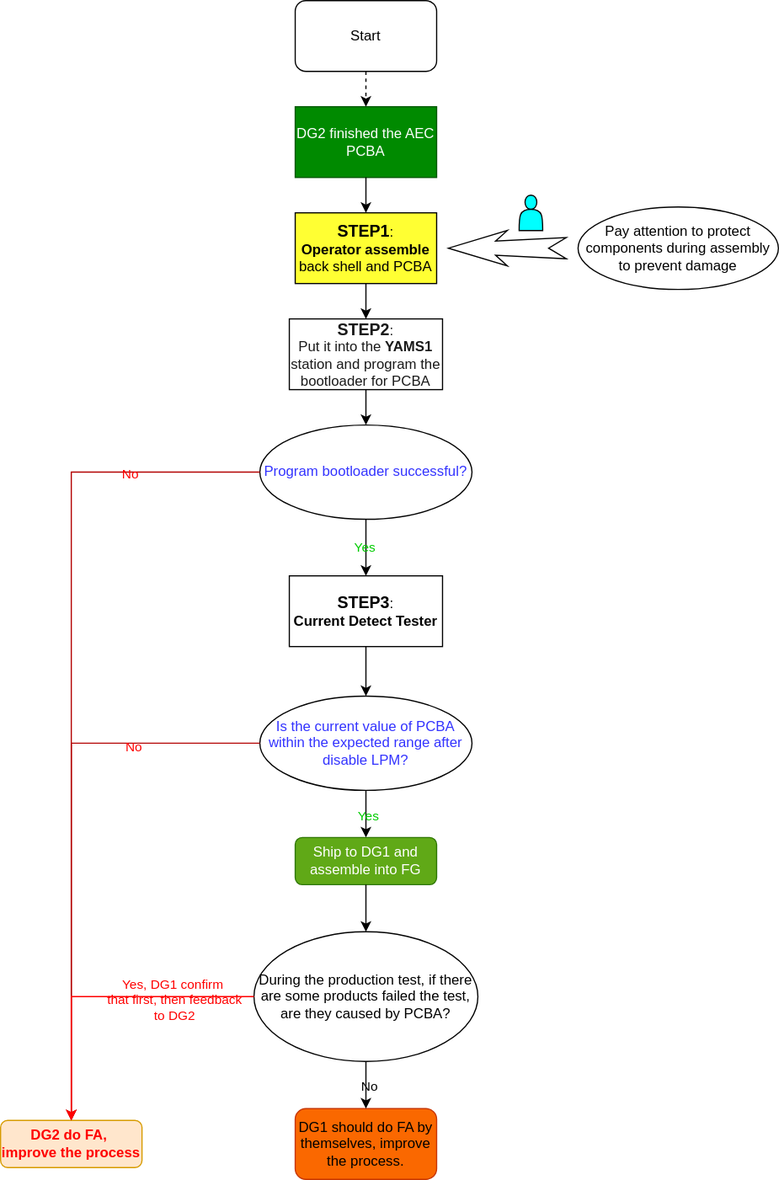
HansLua/test_2 keeps this draw.io diagram as tcp_review/AEC_pre-test_flow.svg. Above is the earlier version. Source tidied: cells renumbered, new cells last; positions are measured from the earlier drawing's top-left corner, leaving out a move shared by most shapes.
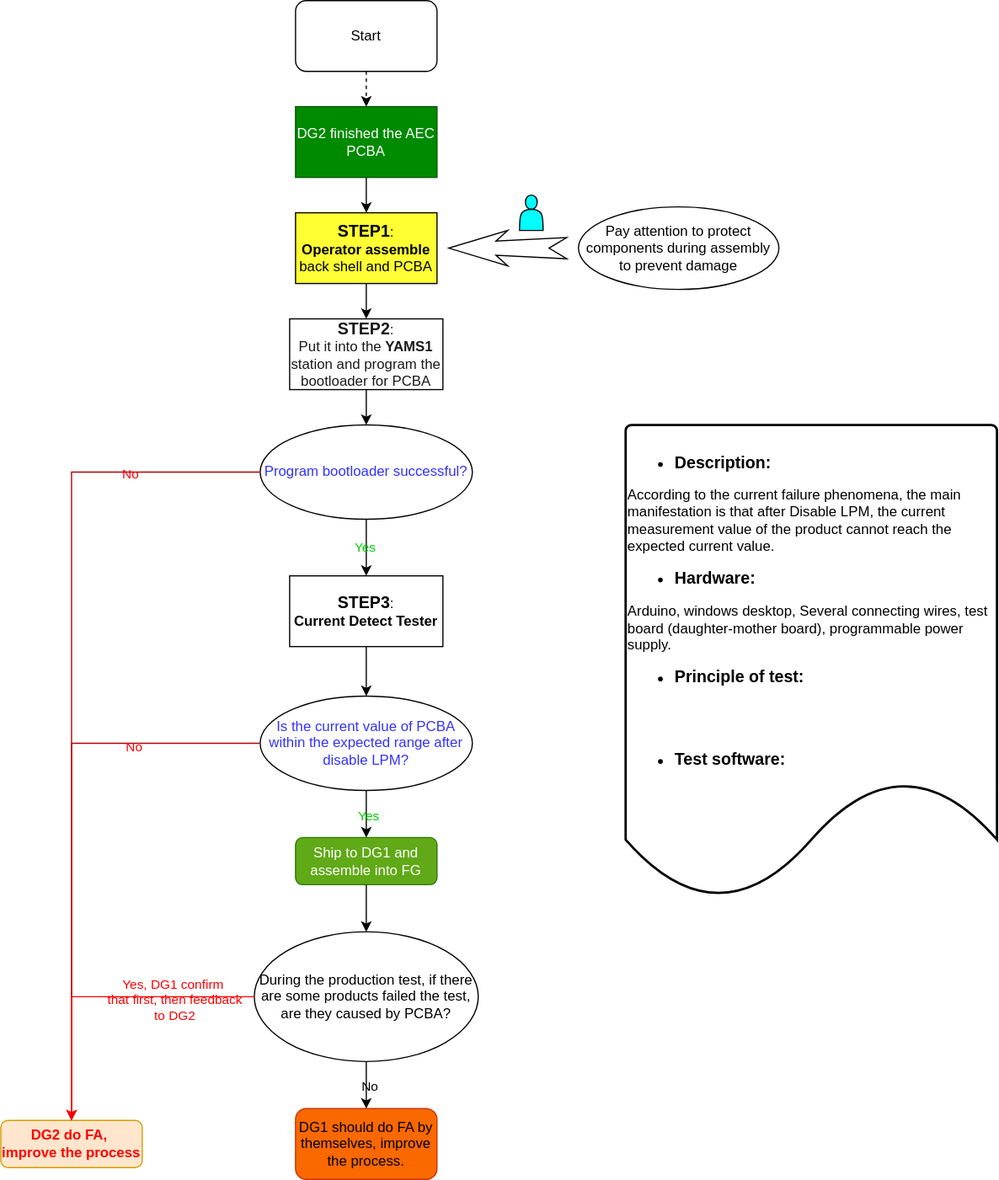
Later version of the same file.

Diff of the diagram source:
```diff
@@ -110,5 +110,8 @@
     <mxCell id="33" value="&lt;font color=&quot;#ff0000&quot;&gt;Yes, DG1 confirm&lt;br&gt;&amp;nbsp;that first, then feedback&lt;br&gt;&amp;nbsp;to DG2&lt;/font&gt;" style="edgeLabel;html=1;align=center;verticalAlign=middle;labelBackgroundColor=none;" parent="32" vertex="1">
       <mxGeometry x="-0.46" y="2" relative="1" as="geometry" />
     </mxCell>
+    <mxCell id="34" value="&lt;ul&gt;&lt;li style=&quot;&quot;&gt;&lt;span style=&quot;background-color: initial;&quot;&gt;&lt;font style=&quot;font-size: 14px;&quot;&gt;&lt;b&gt;Description:&lt;/b&gt;&lt;/font&gt;&lt;/span&gt;&lt;/li&gt;&lt;/ul&gt;&lt;span style=&quot;background-color: initial;&quot;&gt;&lt;div style=&quot;&quot;&gt;&lt;span style=&quot;background-color: initial;&quot;&gt;According to the current failure phenomena, the main manifestation is that after Disable LPM, the current measurement value of the product cannot reach the expected current value.&lt;/span&gt;&lt;/div&gt;&lt;div style=&quot;&quot;&gt;&lt;ul&gt;&lt;li&gt;&lt;font style=&quot;font-size: 14px;&quot;&gt;&lt;b&gt;Hardware:&lt;/b&gt;&lt;/font&gt;&lt;/li&gt;&lt;/ul&gt;Arduino, windows desktop,&amp;nbsp;Several connecting wires, test board (daughter-mother board), programmable power supply.&lt;/div&gt;&lt;div style=&quot;&quot;&gt;&lt;ul&gt;&lt;li&gt;&lt;b&gt;&lt;font style=&quot;font-size: 14px;&quot;&gt;Principle of test:&lt;/font&gt;&lt;/b&gt;&lt;/li&gt;&lt;/ul&gt;&lt;/div&gt;&lt;div style=&quot;&quot;&gt;&lt;br&gt;&lt;/div&gt;&lt;div style=&quot;&quot;&gt;&lt;br&gt;&lt;/div&gt;&lt;div style=&quot;&quot;&gt;&lt;ul&gt;&lt;li&gt;&lt;font size=&quot;1&quot; style=&quot;&quot;&gt;&lt;b style=&quot;font-size: 14px;&quot;&gt;Test software:&lt;/b&gt;&lt;/font&gt;&lt;/li&gt;&lt;/ul&gt;&lt;/div&gt;&lt;div style=&quot;&quot;&gt;&lt;br&gt;&lt;/div&gt;&lt;div style=&quot;&quot;&gt;&lt;br&gt;&lt;/div&gt;&lt;div style=&quot;&quot;&gt;&lt;br&gt;&lt;/div&gt;&lt;div style=&quot;&quot;&gt;&lt;br&gt;&lt;/div&gt;&lt;div style=&quot;&quot;&gt;&lt;br&gt;&lt;/div&gt;&lt;div style=&quot;&quot;&gt;&lt;br&gt;&lt;/div&gt;&lt;/span&gt;" style="strokeWidth=2;html=1;shape=mxgraph.flowchart.document2;whiteSpace=wrap;size=0.25;align=left;" parent="1" vertex="1">
+      <mxGeometry x="530" y="360" width="315" height="402" as="geometry" />
+    </mxCell>
   </root>
 </mxGraphModel>
```
